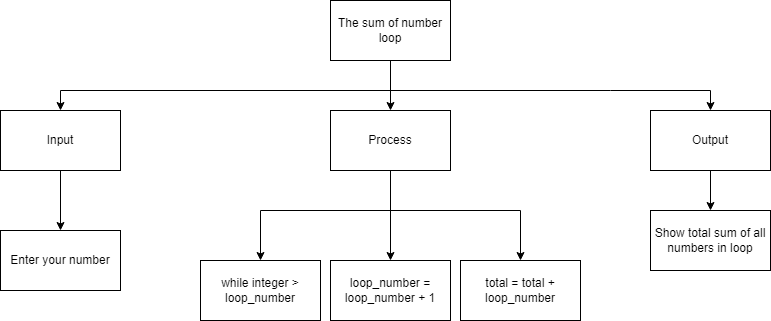
The draw.io diagram TopDown.png in JacksonNaufal/ICS3U-Unit4-02-Python, before a commit. Source tidied: cells renumbered, new cells last; positions are measured from the earlier drawing's top-left corner, leaving out a move shared by most shapes. Source of this version:
```xml
<mxGraphModel>
  <root>
    <mxCell id="0" />
    <mxCell id="1" parent="0" />
    <mxCell id="2" style="edgeStyle=none;html=1;entryX=0.5;entryY=0;entryDx=0;entryDy=0;rounded=0;" parent="1" edge="1" source="5" target="11">
      <mxGeometry relative="1" as="geometry" />
    </mxCell>
    <mxCell id="3" style="edgeStyle=none;rounded=0;html=1;entryX=0.5;entryY=0;entryDx=0;entryDy=0;" parent="1" edge="1" target="7">
      <mxGeometry relative="1" as="geometry">
        <mxPoint x="390" y="90" as="sourcePoint" />
        <Array as="points">
          <mxPoint x="60" y="90" />
        </Array>
      </mxGeometry>
    </mxCell>
    <mxCell id="4" style="edgeStyle=none;rounded=0;html=1;entryX=0.5;entryY=0;entryDx=0;entryDy=0;" parent="1" edge="1" target="13">
      <mxGeometry relative="1" as="geometry">
        <mxPoint x="390" y="90" as="sourcePoint" />
        <Array as="points">
          <mxPoint x="610" y="90" />
          <mxPoint x="710" y="90" />
        </Array>
      </mxGeometry>
    </mxCell>
    <mxCell id="5" value="The sum of number loop" style="rounded=0;whiteSpace=wrap;html=1;" parent="1" vertex="1">
      <mxGeometry x="330" width="120" height="60" as="geometry" />
    </mxCell>
    <mxCell id="6" style="edgeStyle=none;html=1;" parent="1" edge="1" source="7" target="14">
      <mxGeometry relative="1" as="geometry" />
    </mxCell>
    <mxCell id="7" value="Input" style="rounded=0;whiteSpace=wrap;html=1;" parent="1" vertex="1">
      <mxGeometry y="110" width="120" height="60" as="geometry" />
    </mxCell>
    <mxCell id="8" style="edgeStyle=none;rounded=0;html=1;entryX=0.5;entryY=0;entryDx=0;entryDy=0;" parent="1" edge="1" target="15">
      <mxGeometry relative="1" as="geometry">
        <mxPoint x="390" y="210" as="sourcePoint" />
        <Array as="points">
          <mxPoint x="260" y="210" />
        </Array>
      </mxGeometry>
    </mxCell>
    <mxCell id="9" style="edgeStyle=none;html=1;" parent="1" edge="1" source="11" target="18">
      <mxGeometry relative="1" as="geometry" />
    </mxCell>
    <mxCell id="10" style="edgeStyle=none;html=1;entryX=0.5;entryY=0;entryDx=0;entryDy=0;rounded=0;" parent="1" edge="1" target="17">
      <mxGeometry relative="1" as="geometry">
        <mxPoint x="390" y="210" as="sourcePoint" />
        <Array as="points">
          <mxPoint x="520" y="210" />
        </Array>
      </mxGeometry>
    </mxCell>
    <mxCell id="11" value="Process" style="rounded=0;whiteSpace=wrap;html=1;" parent="1" vertex="1">
      <mxGeometry x="330" y="110" width="120" height="60" as="geometry" />
    </mxCell>
    <mxCell id="12" style="edgeStyle=none;rounded=0;html=1;" parent="1" edge="1" source="13" target="16">
      <mxGeometry relative="1" as="geometry" />
    </mxCell>
    <mxCell id="13" value="Output" style="rounded=0;whiteSpace=wrap;html=1;" parent="1" vertex="1">
      <mxGeometry x="650" y="110" width="120" height="60" as="geometry" />
    </mxCell>
    <mxCell id="14" value="Enter your number" style="rounded=0;whiteSpace=wrap;html=1;" parent="1" vertex="1">
      <mxGeometry y="230" width="120" height="60" as="geometry" />
    </mxCell>
    <mxCell id="15" value="while integer &amp;gt; loop_number" style="rounded=0;whiteSpace=wrap;html=1;" parent="1" vertex="1">
      <mxGeometry x="200" y="260" width="120" height="60" as="geometry" />
    </mxCell>
    <mxCell id="16" value="Show total sum of all numbers in loop" style="rounded=0;whiteSpace=wrap;html=1;" parent="1" vertex="1">
      <mxGeometry x="650" y="210" width="120" height="60" as="geometry" />
    </mxCell>
    <mxCell id="17" value="total = total + loop_number" style="rounded=0;whiteSpace=wrap;html=1;" parent="1" vertex="1">
      <mxGeometry x="460" y="260" width="120" height="60" as="geometry" />
    </mxCell>
    <mxCell id="18" value="loop_number = loop_number + 1" style="rounded=0;whiteSpace=wrap;html=1;" parent="1" vertex="1">
      <mxGeometry x="330" y="260" width="120" height="60" as="geometry" />
    </mxCell>
  </root>
</mxGraphModel>
```
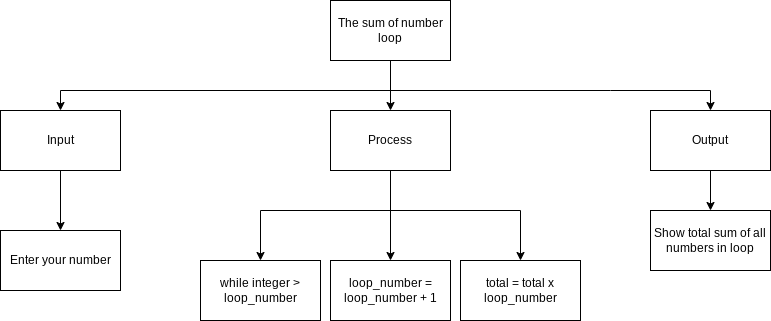
After the change.

What changed in the source:
```diff
@@ -68,7 +68,7 @@
     <mxCell id="16" value="Show total sum of all numbers in loop" style="rounded=0;whiteSpace=wrap;html=1;" parent="1" vertex="1">
       <mxGeometry x="650" y="210" width="120" height="60" as="geometry" />
     </mxCell>
-    <mxCell id="17" value="total = total + loop_number" style="rounded=0;whiteSpace=wrap;html=1;" parent="1" vertex="1">
+    <mxCell id="17" value="total = total x loop_number" style="rounded=0;whiteSpace=wrap;html=1;" parent="1" vertex="1">
       <mxGeometry x="460" y="260" width="120" height="60" as="geometry" />
     </mxCell>
     <mxCell id="18" value="loop_number = loop_number + 1" style="rounded=0;whiteSpace=wrap;html=1;" parent="1" vertex="1">
```
